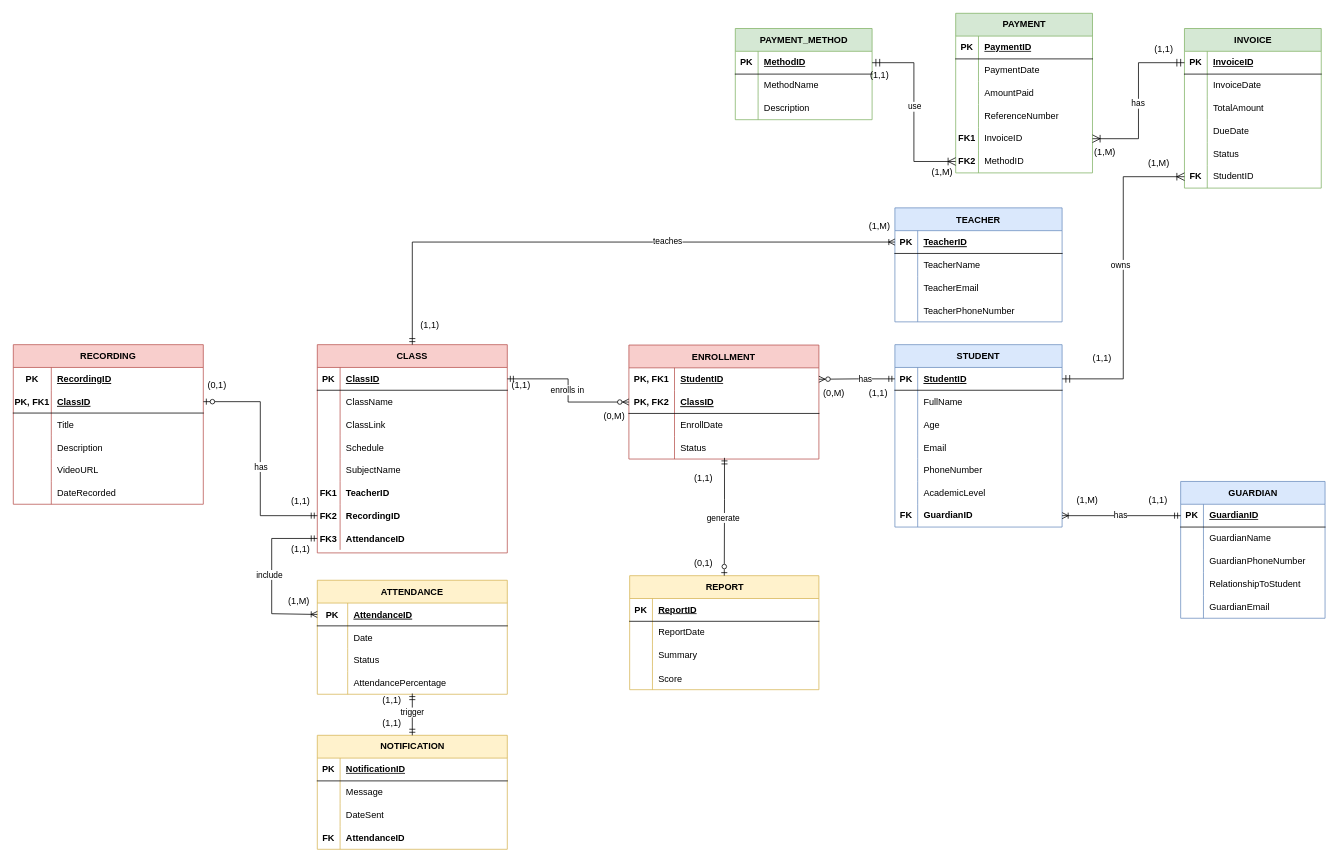
Earlier version of the draw.io diagram OverallDiagram.drawio (EzraChai/CMT221-Assignment). Source tidied: cells renumbered, new cells numbered last; positions are measured from the earlier drawing's top-left corner, leaving out a move shared by most shapes. Both pictures are drawn from the tidied source at 76%, with x=0, y=0 at pixel (13, 13).
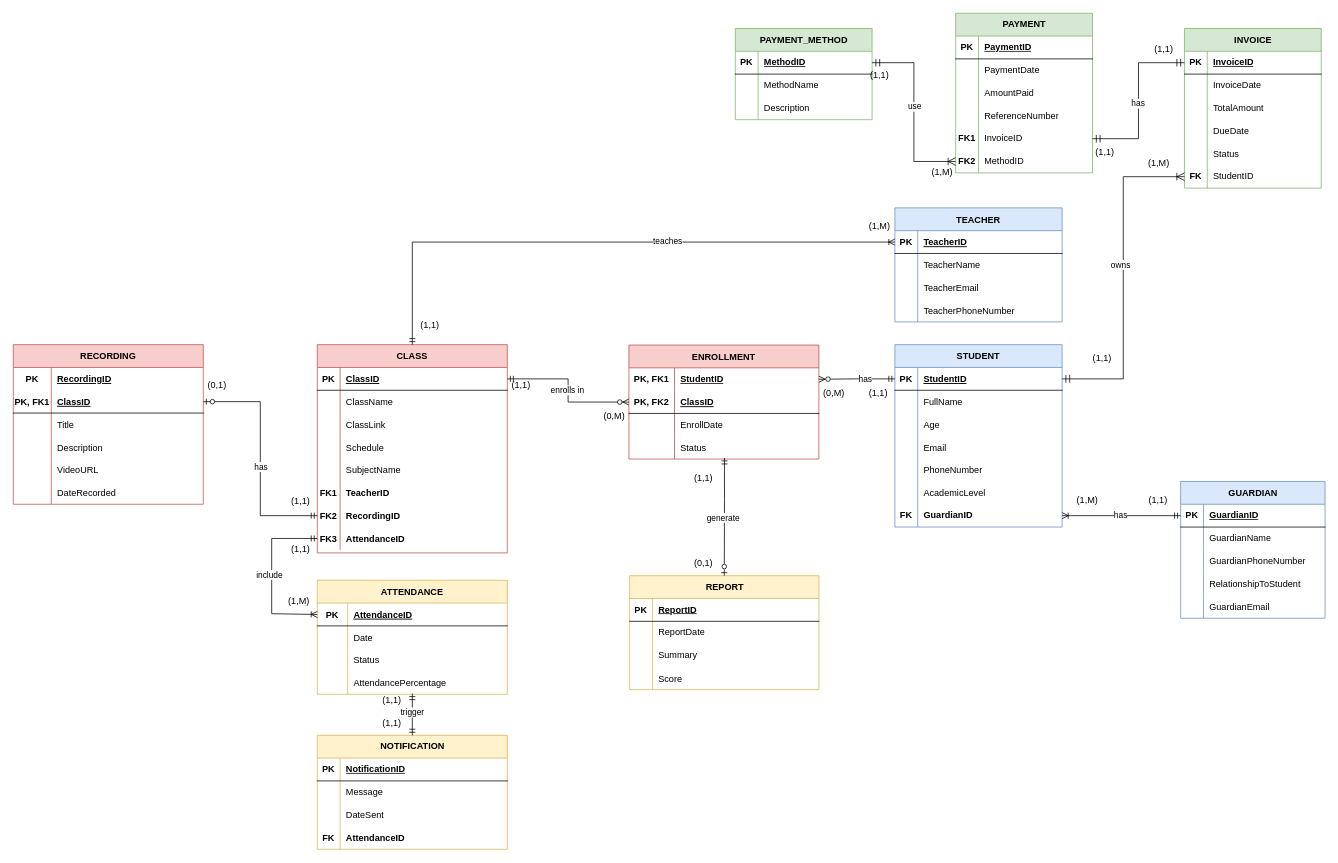
The same diagram, later.

Unchanged cells that the change refers to:
```xml
<mxCell id="147" style="shape=tableRow;horizontal=0;startSize=0;swimlaneHead=0;swimlaneBody=0;fillColor=none;points=[[0,0.5],[1,0.5]];portConstraint=eastwest;top=0;left=0;right=0;bottom=1;" parent="146" vertex="1">
  <mxGeometry y="30" width="180" height="30" as="geometry" />
</mxCell>
<mxCell id="181" style="shape=tableRow;horizontal=0;startSize=0;swimlaneHead=0;swimlaneBody=0;fillColor=none;points=[[0,0.5],[1,0.5]];portConstraint=eastwest;top=0;left=0;right=0;bottom=0;" parent="168" vertex="1">
  <mxGeometry y="150" width="180" height="30" as="geometry" />
</mxCell>
```

Diff of the diagram source:
```diff
@@
-    <mxCell id="187" style="edgeStyle=orthogonalEdgeStyle;fontSize=12;html=1;endArrow=ERoneToMany;startArrow=ERmandOne;rounded=0;startSize=8;endSize=8;exitX=0;exitY=0.5;exitDx=0;exitDy=0;entryX=1;entryY=0.5;entryDx=0;entryDy=0;" parent="1" edge="1" source="147" target="181">
+    <mxCell id="187" style="edgeStyle=orthogonalEdgeStyle;fontSize=12;html=1;endArrow=ERmandOne;startArrow=ERmandOne;rounded=0;startSize=8;endSize=8;exitX=0;exitY=0.5;exitDx=0;exitDy=0;entryX=1;entryY=0.5;entryDx=0;entryDy=0;endFill=1;" parent="1" edge="1" source="147" target="181">
       <mxGeometry relative="1" as="geometry" />
     </mxCell>
@@
-    <mxCell id="202" value="(1,M)" style="text;html=1;align=center;verticalAlign=middle;strokeColor=none;fillColor=none;" parent="1" vertex="1">
-      <mxGeometry x="1413" y="170" width="46" height="26" as="geometry" />
+    <mxCell id="202" value="(1,1)" style="text;html=1;align=center;verticalAlign=middle;strokeColor=none;fillColor=none;" parent="1" vertex="1">
+      <mxGeometry x="1411" y="168" width="50" height="30" as="geometry" />
     </mxCell>
```
